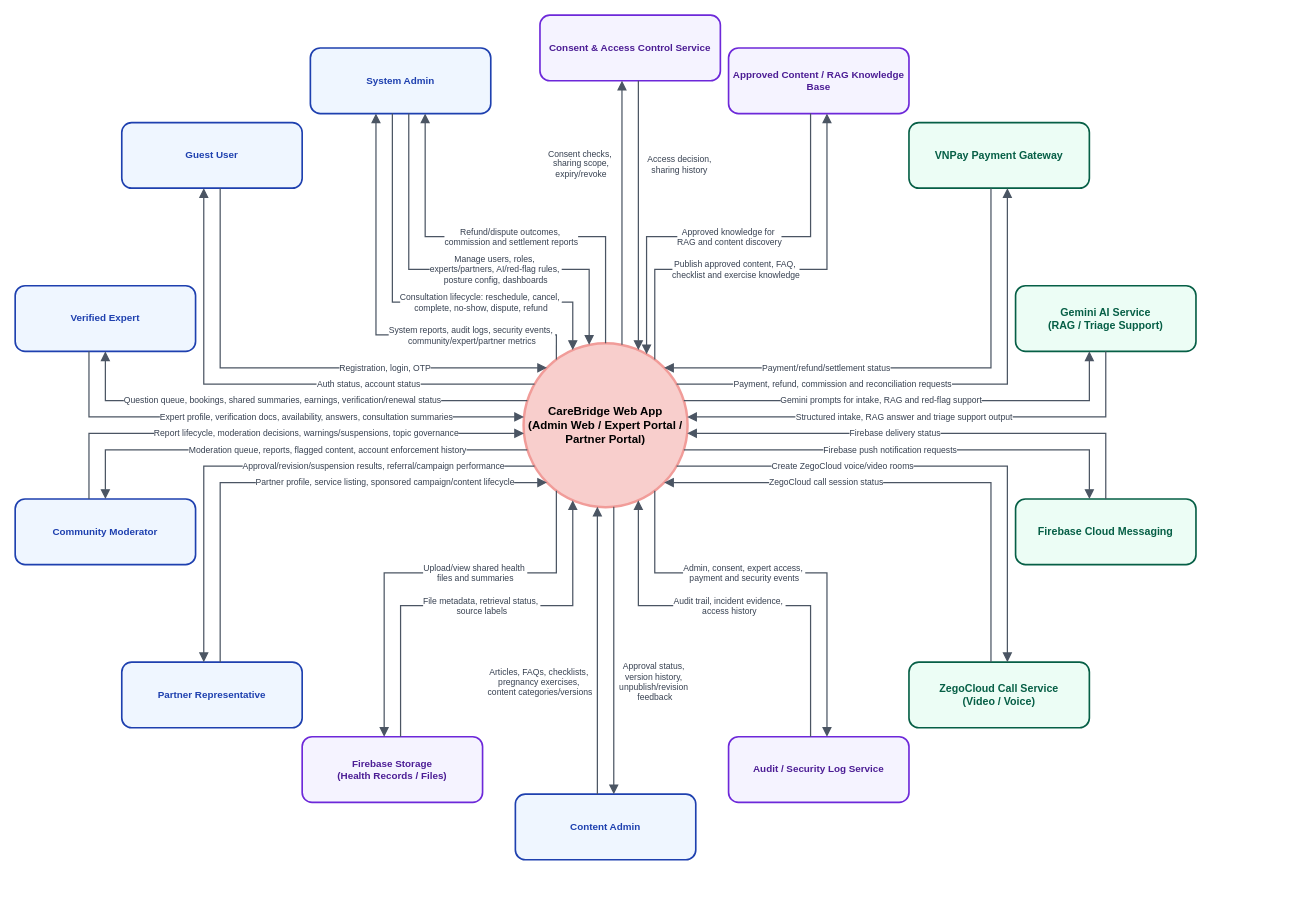
Above: page "Web App Context" (1 of 2) of 02_Requirements/ContextDiagram/CareBridge_Context_Diagrams.drawio in ChuongBDHE172784/CareBridge_SEP490_G79 (draw.io), before the change. Source tidied: cells renumbered, new cells numbered last; positions are measured from the earlier drawing's top-left corner, leaving out a move shared by most shapes. Both pictures are drawn from the tidied source at 82%, with x=0, y=0 at pixel (15, 15).
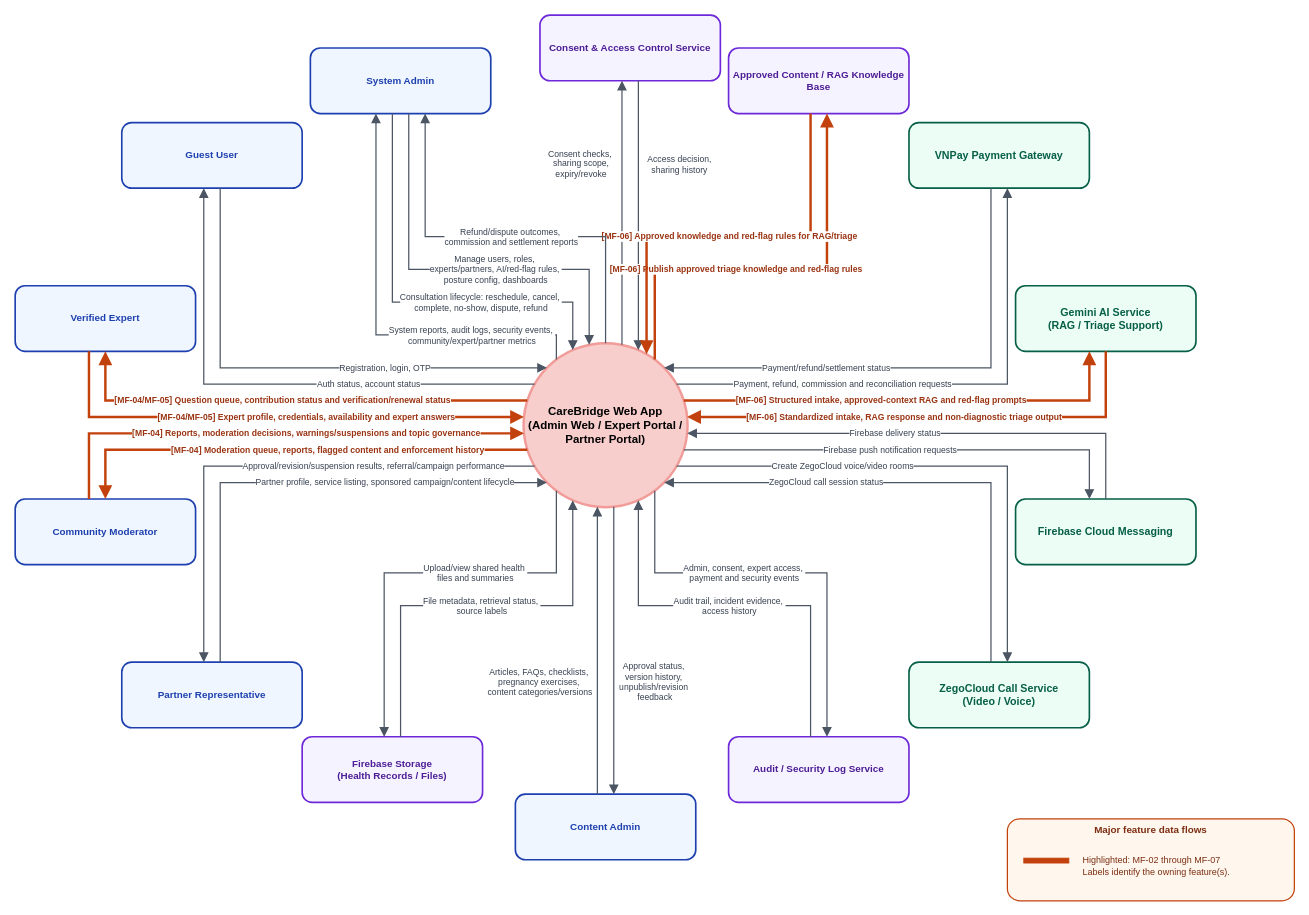
The same page after the edit.

The change refers to these unchanged cells:
```xml
<mxCell id="2" value="CareBridge Web App&lt;br&gt;(Admin Web / Expert Portal / Partner Portal)" style="ellipse;whiteSpace=wrap;html=1;fillColor=#f8cecc;strokeColor=#F19C99;strokeWidth=3;fontSize=14;fontStyle=1;align=center;fontFamily=Helvetica;" parent="1" vertex="1">
  <mxGeometry x="620" y="400" width="200" height="200" as="geometry" />
</mxCell>
<mxCell id="4" value="Verified Expert" style="rounded=1;whiteSpace=wrap;html=1;fillColor=#EFF6FF;strokeColor=#1E40AF;strokeWidth=2;fontSize=12;fontColor=#1E40AF;fontStyle=1;align=center;fontFamily=Helvetica;" parent="1" vertex="1">
  <mxGeometry y="330" width="220" height="80" as="geometry" />
</mxCell>
<mxCell id="5" value="Community Moderator" style="rounded=1;whiteSpace=wrap;html=1;fillColor=#EFF6FF;strokeColor=#1E40AF;strokeWidth=2;fontSize=12;fontColor=#1E40AF;fontStyle=1;align=center;fontFamily=Helvetica;" parent="1" vertex="1">
  <mxGeometry y="590" width="220" height="80" as="geometry" />
</mxCell>
<mxCell id="11" value="Gemini AI Service&lt;br&gt;(RAG / Triage Support)" style="rounded=1;whiteSpace=wrap;html=1;fillColor=#ECFDF5;strokeColor=#065F46;strokeWidth=2;fontSize=13;fontColor=#065F46;fontStyle=1;align=center;fontFamily=Helvetica;" parent="1" vertex="1">
  <mxGeometry x="1220" y="330" width="220" height="80" as="geometry" />
</mxCell>
<mxCell id="36" value="Approved Content / RAG Knowledge Base" style="rounded=1;whiteSpace=wrap;html=1;fillColor=#F5F3FF;strokeColor=#6D28D9;strokeWidth=2;fontSize=12;fontColor=#4C1D95;fontStyle=1;align=center;fontFamily=Helvetica;" parent="1" vertex="1">
  <mxGeometry x="870" y="40" width="220" height="80" as="geometry" />
</mxCell>
```

What changed in the source:
```diff
@@
-    <mxCell id="15" value="Expert profile, verification docs, availability, answers, consultation summaries" style="endArrow=block;endSize=8;html=1;rounded=0;fontSize=10.5;strokeColor=#4B5563;strokeWidth=1.5;edgeStyle=orthogonalEdgeStyle;curved=0;fontColor=#374151;labelBackgroundColor=#ffffff;fontFamily=Helvetica;" parent="1" edge="1" source="4" target="2">
+    <mxCell id="15" value="[MF-04/MF-05] Expert profile, credentials, availability and expert answers" style="endArrow=block;endSize=9;html=1;rounded=0;fontSize=10.5;strokeColor=#C2410C;strokeWidth=3;edgeStyle=orthogonalEdgeStyle;curved=0;fontColor=#9A3412;fontStyle=1;labelBackgroundColor=#ffffff;fontFamily=Helvetica;" parent="1" edge="1" source="4" target="2">
       <mxGeometry x="0.13" relative="1" as="geometry">
         <Array as="points">
           <mxPoint x="90" y="490" />
         </Array>
       </mxGeometry>
     </mxCell>
-    <mxCell id="16" value="Question queue, bookings, shared summaries, earnings, verification/renewal status" style="endArrow=block;endSize=8;html=1;rounded=0;fontSize=10.5;strokeColor=#4B5563;strokeWidth=1.5;edgeStyle=orthogonalEdgeStyle;curved=0;fontColor=#374151;labelBackgroundColor=#ffffff;fontFamily=Helvetica;" parent="1" edge="1" source="2" target="4">
+    <mxCell id="16" value="[MF-04/MF-05] Question queue, contribution status and verification/renewal status" style="endArrow=block;endSize=9;html=1;rounded=0;fontSize=10.5;strokeColor=#C2410C;strokeWidth=3;edgeStyle=orthogonalEdgeStyle;curved=0;fontColor=#9A3412;fontStyle=1;labelBackgroundColor=#ffffff;fontFamily=Helvetica;" parent="1" edge="1" source="2" target="4">
       <mxGeometry x="0.04" relative="1" as="geometry">
         <Array as="points">
           <mxPoint x="110" y="470" />
         </Array>
       </mxGeometry>
     </mxCell>
-    <mxCell id="17" value="Report lifecycle, moderation decisions, warnings/suspensions, topic governance" style="endArrow=block;endSize=8;html=1;rounded=0;fontSize=10.5;strokeColor=#4B5563;strokeWidth=1.5;edgeStyle=orthogonalEdgeStyle;curved=0;fontColor=#374151;labelBackgroundColor=#ffffff;fontFamily=Helvetica;" parent="1" edge="1" source="5" target="2">
+    <mxCell id="17" value="[MF-04] Reports, moderation decisions, warnings/suspensions and topic governance" style="endArrow=block;endSize=9;html=1;rounded=0;fontSize=10.5;strokeColor=#C2410C;strokeWidth=3;edgeStyle=orthogonalEdgeStyle;curved=0;fontColor=#9A3412;fontStyle=1;labelBackgroundColor=#ffffff;fontFamily=Helvetica;" parent="1" edge="1" source="5" target="2">
       <mxGeometry x="0.13" relative="1" as="geometry">
         <Array as="points">
           <mxPoint x="90" y="510" />
         </Array>
       </mxGeometry>
     </mxCell>
-    <mxCell id="18" value="Moderation queue, reports, flagged content, account enforcement history" style="endArrow=block;endSize=8;html=1;rounded=0;fontSize=10.5;strokeColor=#4B5563;strokeWidth=1.5;edgeStyle=orthogonalEdgeStyle;curved=0;fontColor=#374151;labelBackgroundColor=#ffffff;fontFamily=Helvetica;" parent="1" edge="1" source="2" target="5">
+    <mxCell id="18" value="[MF-04] Moderation queue, reports, flagged content and enforcement history" style="endArrow=block;endSize=9;html=1;rounded=0;fontSize=10.5;strokeColor=#C2410C;strokeWidth=3;edgeStyle=orthogonalEdgeStyle;curved=0;fontColor=#9A3412;fontStyle=1;labelBackgroundColor=#ffffff;fontFamily=Helvetica;" parent="1" edge="1" source="2" target="5">
       <mxGeometry x="-0.15" relative="1" as="geometry">
         <Array as="points">
           <mxPoint x="110" y="530" />
         </Array>
       </mxGeometry>
     </mxCell>
@@
-    <mxCell id="29" value="Gemini prompts for intake, RAG and red-flag support" style="endArrow=block;endSize=8;html=1;rounded=0;fontSize=10.5;strokeColor=#4B5563;strokeWidth=1.5;edgeStyle=orthogonalEdgeStyle;curved=0;fontColor=#374151;labelBackgroundColor=#ffffff;fontFamily=Helvetica;" parent="1" edge="1" source="2" target="11">
+    <mxCell id="29" value="[MF-06] Structured intake, approved-context RAG and red-flag prompts" style="endArrow=block;endSize=9;html=1;rounded=0;fontSize=10.5;strokeColor=#C2410C;strokeWidth=3;edgeStyle=orthogonalEdgeStyle;curved=0;fontColor=#9A3412;fontStyle=1;labelBackgroundColor=#ffffff;fontFamily=Helvetica;" parent="1" edge="1" source="2" target="11">
       <mxGeometry x="-0.13" relative="1" as="geometry">
         <Array as="points">
           <mxPoint x="1310" y="470" />
         </Array>
       </mxGeometry>
     </mxCell>
-    <mxCell id="30" value="Structured intake, RAG answer and triage support output" style="endArrow=block;endSize=8;html=1;rounded=0;fontSize=10.5;strokeColor=#4B5563;strokeWidth=1.5;edgeStyle=orthogonalEdgeStyle;curved=0;fontColor=#374151;labelBackgroundColor=#ffffff;fontFamily=Helvetica;" parent="1" edge="1" source="11" target="2">
+    <mxCell id="30" value="[MF-06] Standardized intake, RAG response and non-diagnostic triage output" style="endArrow=block;endSize=9;html=1;rounded=0;fontSize=10.5;strokeColor=#C2410C;strokeWidth=3;edgeStyle=orthogonalEdgeStyle;curved=0;fontColor=#9A3412;fontStyle=1;labelBackgroundColor=#ffffff;fontFamily=Helvetica;" parent="1" edge="1" source="11" target="2">
       <mxGeometry x="0.1" relative="1" as="geometry">
         <Array as="points">
           <mxPoint x="1330" y="490" />
         </Array>
         <mxPoint x="-1" as="offset" />
       </mxGeometry>
     </mxCell>
@@
-    <mxCell id="43" value="Publish approved content, FAQ,&amp;nbsp;&lt;div&gt;checklist and exercise knowledge&lt;/div&gt;" style="endArrow=block;endSize=8;html=1;rounded=0;fontSize=10.5;strokeColor=#4B5563;strokeWidth=1.5;edgeStyle=orthogonalEdgeStyle;curved=0;fontColor=#374151;labelBackgroundColor=#ffffff;fontFamily=Helvetica;" parent="1" edge="1" source="2" target="36">
+    <mxCell id="43" value="[MF-06] Publish approved triage knowledge and red-flag rules" style="endArrow=block;endSize=9;html=1;rounded=0;fontSize=10.5;strokeColor=#C2410C;strokeWidth=3;edgeStyle=orthogonalEdgeStyle;curved=0;fontColor=#9A3412;fontStyle=1;labelBackgroundColor=#ffffff;fontFamily=Helvetica;" parent="1" edge="1" source="2" target="36">
       <mxGeometry x="-0.18" relative="1" as="geometry">
         <Array as="points">
           <mxPoint x="780" y="310" />
           <mxPoint x="990" y="310" />
         </Array>
       </mxGeometry>
     </mxCell>
-    <mxCell id="44" value="Approved knowledge for&amp;nbsp;&lt;div&gt;RAG and content discovery&lt;/div&gt;" style="endArrow=block;endSize=8;html=1;rounded=0;fontSize=10.5;strokeColor=#4B5563;strokeWidth=1.5;edgeStyle=orthogonalEdgeStyle;curved=0;fontColor=#374151;labelBackgroundColor=#ffffff;fontFamily=Helvetica;" parent="1" edge="1" source="36" target="2">
+    <mxCell id="44" value="[MF-06] Approved knowledge and red-flag rules for RAG/triage" style="endArrow=block;endSize=9;html=1;rounded=0;fontSize=10.5;strokeColor=#C2410C;strokeWidth=3;edgeStyle=orthogonalEdgeStyle;curved=0;fontColor=#9A3412;fontStyle=1;labelBackgroundColor=#ffffff;fontFamily=Helvetica;" parent="1" edge="1" source="36" target="2">
       <mxGeometry x="0.01" relative="1" as="geometry">
         <Array as="points">
           <mxPoint x="970" y="270" />
           <mxPoint x="770" y="270" />
         </Array>
       </mxGeometry>
     </mxCell>
@@
+    <mxCell id="47" value="Major feature data flows" style="rounded=1;whiteSpace=wrap;html=1;fillColor=#FFF7ED;strokeColor=#C2410C;strokeWidth=1.5;verticalAlign=top;fontStyle=1;fontColor=#7C2D12;fontFamily=Helvetica;" parent="1" vertex="1">
+      <mxGeometry x="1210" y="980" width="350" height="100" as="geometry" />
+    </mxCell>
+    <mxCell id="48" style="rounded=0;html=1;fillColor=#C2410C;strokeColor=#C2410C;" parent="47" vertex="1">
+      <mxGeometry x="20" y="48" width="55" height="6" as="geometry" />
+    </mxCell>
+    <mxCell id="49" value="Highlighted: MF-02 through MF-07&lt;br&gt;Labels identify the owning feature(s)." style="text;html=1;align=left;verticalAlign=middle;fontSize=11;fontColor=#7C2D12;fontFamily=Helvetica;" parent="47" vertex="1">
+      <mxGeometry x="90" y="35" width="250" height="45" as="geometry" />
+    </mxCell>
```
